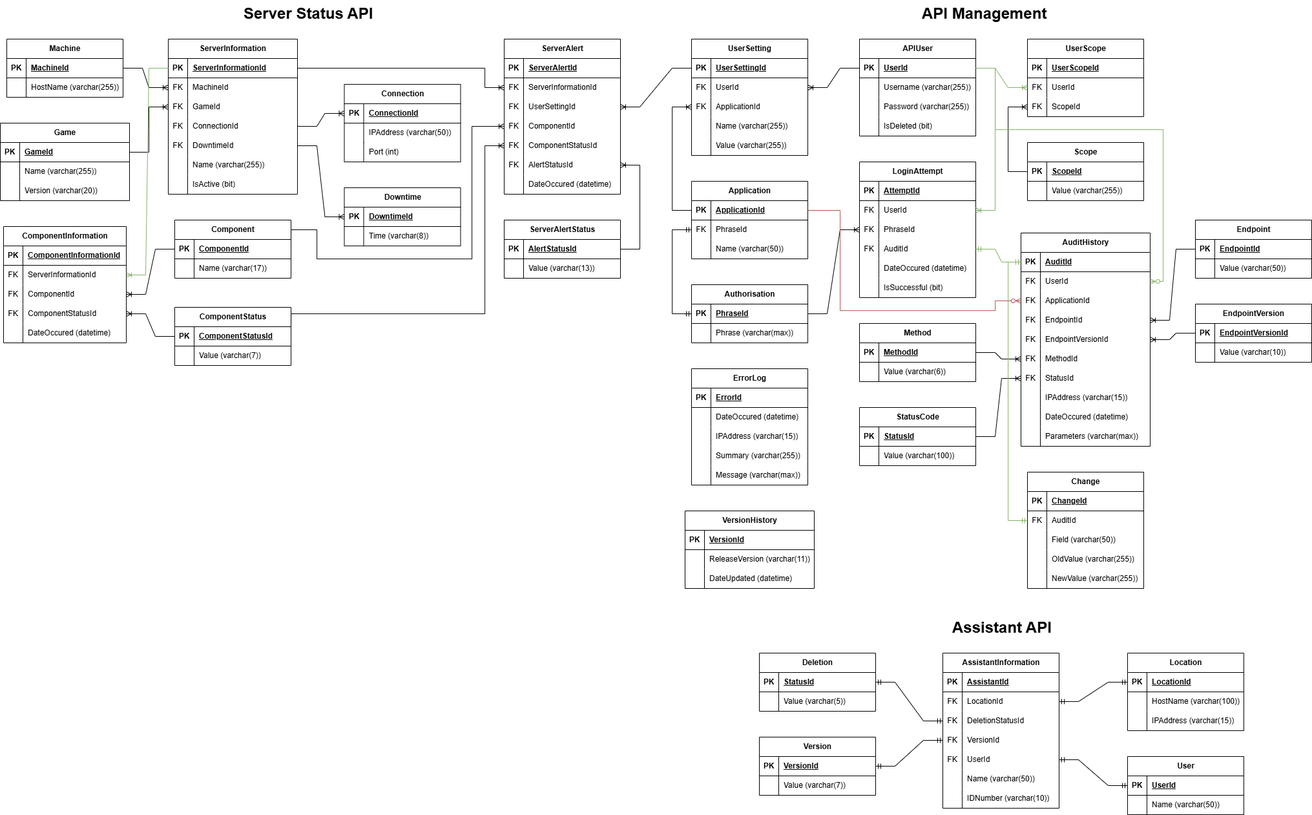
Above: Database ERD.png in LegendarySpork9/Hunter-Industries-API (draw.io), before the change. Source tidied: cells renumbered, new cells last; positions are measured from the earlier drawing's top-left corner, leaving out a move shared by most shapes.
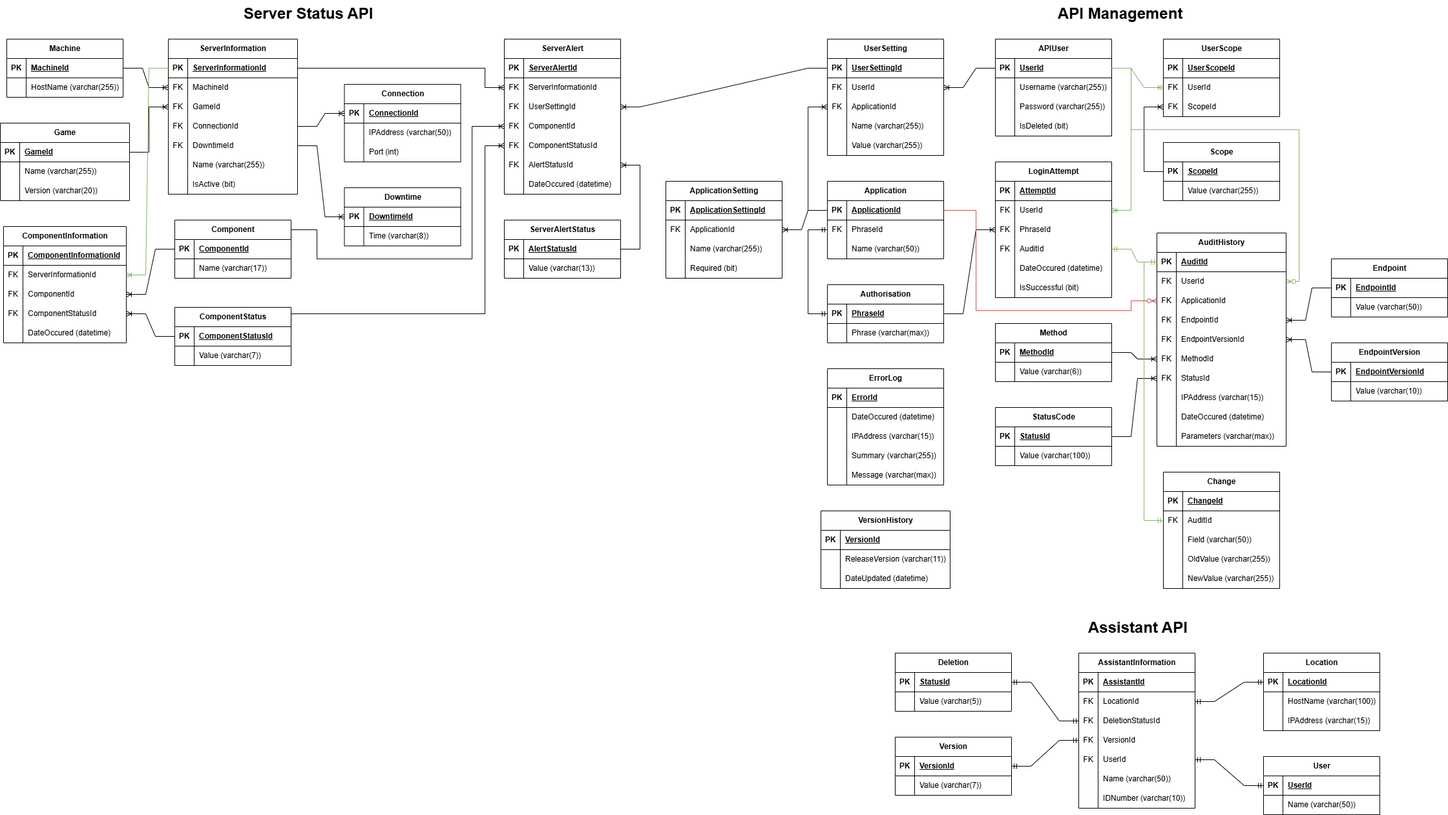
After the commit.

Diff of the diagram source:
```diff
@@ -288,7 +288,7 @@
       <mxGeometry x="30" width="170" height="30" as="geometry" />
     </mxCell>
     <mxCell id="97" value="Endpoint" style="shape=table;startSize=30;rowLines=0;fontStyle=1;align=center;html=1;" parent="1" vertex="1">
-      <mxGeometry x="1850" y="340" width="180" height="90" as="geometry" />
+      <mxGeometry x="1850" y="400" width="180" height="90" as="geometry" />
     </mxCell>
     <mxCell id="98" style="shape=tableRow;horizontal=0;startSize=0;swimlaneHead=0;swimlaneBody=0;fillColor=none;points=[[0,0.5],[1,0.5]];portConstraint=eastwest;top=0;left=0;right=0;bottom=1;" parent="97" vertex="1">
       <mxGeometry y="30" width="180" height="30" as="geometry" />
@@ -722,7 +722,7 @@
       <mxGeometry relative="1" as="geometry" />
     </mxCell>
     <mxCell id="237" value="ServerInformation" style="shape=table;startSize=30;rowLines=0;fontStyle=1;align=center;html=1;" parent="1" vertex="1">
-      <mxGeometry x="260" y="60" width="200" height="240" as="geometry" />
+      <mxGeometry x="50" y="60" width="200" height="240" as="geometry" />
     </mxCell>
     <mxCell id="238" style="shape=tableRow;horizontal=0;startSize=0;swimlaneHead=0;swimlaneBody=0;fillColor=none;points=[[0,0.5],[1,0.5]];portConstraint=eastwest;top=0;left=0;right=0;bottom=1;" parent="237" vertex="1">
       <mxGeometry y="30" width="200" height="30" as="geometry" />
@@ -788,7 +788,7 @@
       <mxGeometry x="30" width="170" height="30" as="geometry" />
     </mxCell>
     <mxCell id="259" value="Machine" style="shape=table;startSize=30;rowLines=0;fontStyle=1;align=center;html=1;" parent="1" vertex="1">
-      <mxGeometry x="10" y="60" width="180" height="90" as="geometry" />
+      <mxGeometry x="-200" y="60" width="180" height="90" as="geometry" />
     </mxCell>
     <mxCell id="260" style="shape=tableRow;horizontal=0;startSize=0;swimlaneHead=0;swimlaneBody=0;fillColor=none;points=[[0,0.5],[1,0.5]];portConstraint=eastwest;top=0;left=0;right=0;bottom=1;" parent="259" vertex="1">
       <mxGeometry y="30" width="180" height="30" as="geometry" />
@@ -809,7 +809,7 @@
       <mxGeometry x="30" width="150" height="30" as="geometry" />
     </mxCell>
     <mxCell id="266" value="Game" style="shape=table;startSize=30;rowLines=0;fontStyle=1;align=center;html=1;" parent="1" vertex="1">
-      <mxGeometry y="190" width="200" height="120" as="geometry" />
+      <mxGeometry x="-210" y="190" width="200" height="120" as="geometry" />
     </mxCell>
     <mxCell id="267" style="shape=tableRow;horizontal=0;startSize=0;swimlaneHead=0;swimlaneBody=0;fillColor=none;points=[[0,0.5],[1,0.5]];portConstraint=eastwest;top=0;left=0;right=0;bottom=1;" parent="266" vertex="1">
       <mxGeometry y="30" width="200" height="30" as="geometry" />
@@ -839,7 +839,7 @@
       <mxGeometry x="30" width="170" height="30" as="geometry" />
     </mxCell>
     <mxCell id="276" value="ComponentInformation" style="shape=table;startSize=30;rowLines=0;fontStyle=1;align=center;html=1;" parent="1" vertex="1">
-      <mxGeometry x="5" y="350" width="190" height="180" as="geometry" />
+      <mxGeometry x="-205" y="350" width="190" height="180" as="geometry" />
     </mxCell>
     <mxCell id="277" style="shape=tableRow;horizontal=0;startSize=0;swimlaneHead=0;swimlaneBody=0;fillColor=none;top=0;left=0;right=0;bottom=1;" parent="276" vertex="1">
       <mxGeometry y="30" width="190" height="30" as="geometry" />
@@ -887,7 +887,7 @@
       <mxGeometry x="30" width="160" height="30" as="geometry" />
     </mxCell>
     <mxCell id="292" value="Component" style="shape=table;startSize=30;rowLines=0;fontStyle=1;align=center;html=1;" parent="1" vertex="1">
-      <mxGeometry x="270" y="340" width="180" height="90" as="geometry" />
+      <mxGeometry x="60" y="340" width="180" height="90" as="geometry" />
     </mxCell>
     <mxCell id="293" style="shape=tableRow;horizontal=0;startSize=0;swimlaneHead=0;swimlaneBody=0;fillColor=none;points=[[0,0.5],[1,0.5]];portConstraint=eastwest;top=0;left=0;right=0;bottom=1;" parent="292" vertex="1">
       <mxGeometry y="30" width="180" height="30" as="geometry" />
@@ -908,7 +908,7 @@
       <mxGeometry x="30" width="150" height="30" as="geometry" />
     </mxCell>
     <mxCell id="299" value="ComponentStatus" style="shape=table;startSize=30;rowLines=0;fontStyle=1;align=center;html=1;" parent="1" vertex="1">
-      <mxGeometry x="270" y="475" width="180" height="90" as="geometry" />
+      <mxGeometry x="60" y="475" width="180" height="90" as="geometry" />
     </mxCell>
     <mxCell id="300" style="shape=tableRow;horizontal=0;startSize=0;swimlaneHead=0;swimlaneBody=0;fillColor=none;points=[[0,0.5],[1,0.5]];portConstraint=eastwest;top=0;left=0;right=0;bottom=1;" parent="299" vertex="1">
       <mxGeometry y="30" width="180" height="30" as="geometry" />
@@ -945,7 +945,7 @@
       </mxGeometry>
     </mxCell>
     <mxCell id="308" value="ServerAlert" style="shape=table;startSize=30;rowLines=0;fontStyle=1;align=center;html=1;" parent="1" vertex="1">
-      <mxGeometry x="780" y="60" width="180" height="240" as="geometry" />
+      <mxGeometry x="570" y="60" width="180" height="240" as="geometry" />
     </mxCell>
     <mxCell id="309" style="shape=tableRow;horizontal=0;startSize=0;swimlaneHead=0;swimlaneBody=0;fillColor=none;top=0;left=0;right=0;bottom=1;" parent="308" vertex="1">
       <mxGeometry y="30" width="180" height="30" as="geometry" />
@@ -1011,7 +1011,7 @@
       <mxGeometry x="30" width="150" height="30" as="geometry" />
     </mxCell>
     <mxCell id="330" value="ServerAlertStatus" style="shape=table;startSize=30;rowLines=0;fontStyle=1;align=center;html=1;" parent="1" vertex="1">
-      <mxGeometry x="780" y="340" width="180" height="90" as="geometry" />
+      <mxGeometry x="570" y="340" width="180" height="90" as="geometry" />
     </mxCell>
     <mxCell id="331" style="shape=tableRow;horizontal=0;startSize=0;swimlaneHead=0;swimlaneBody=0;fillColor=none;points=[[0,0.5],[1,0.5]];portConstraint=eastwest;top=0;left=0;right=0;bottom=1;" parent="330" vertex="1">
       <mxGeometry y="30" width="180" height="30" as="geometry" />
@@ -1052,26 +1052,26 @@
     <mxCell id="343" style="edgeStyle=orthogonalEdgeStyle;fontSize=12;html=1;endArrow=ERoneToMany;rounded=0;entryX=0;entryY=0.5;entryDx=0;entryDy=0;exitX=1;exitY=0.5;exitDx=0;exitDy=0;" parent="1" edge="1" source="293" target="318">
       <mxGeometry relative="1" as="geometry">
         <Array as="points">
-          <mxPoint x="490" y="355" />
-          <mxPoint x="490" y="400" />
-          <mxPoint x="730" y="400" />
-          <mxPoint x="730" y="195" />
+          <mxPoint x="280" y="355" />
+          <mxPoint x="280" y="400" />
+          <mxPoint x="520" y="400" />
+          <mxPoint x="520" y="195" />
         </Array>
       </mxGeometry>
     </mxCell>
     <mxCell id="344" style="edgeStyle=orthogonalEdgeStyle;fontSize=12;html=1;endArrow=ERoneToMany;rounded=0;entryX=0;entryY=0.5;entryDx=0;entryDy=0;exitX=1;exitY=0.5;exitDx=0;exitDy=0;" parent="1" edge="1" source="300" target="321">
       <mxGeometry relative="1" as="geometry">
         <Array as="points">
-          <mxPoint x="750" y="485" />
-          <mxPoint x="750" y="225" />
+          <mxPoint x="540" y="485" />
+          <mxPoint x="540" y="225" />
         </Array>
       </mxGeometry>
     </mxCell>
     <mxCell id="345" style="edgeStyle=orthogonalEdgeStyle;fontSize=12;html=1;endArrow=ERoneToMany;rounded=0;entryX=0;entryY=0.5;entryDx=0;entryDy=0;exitX=1;exitY=0.5;exitDx=0;exitDy=0;" parent="1" edge="1" source="238" target="312">
       <mxGeometry relative="1" as="geometry">
         <Array as="points">
-          <mxPoint x="750" y="105" />
-          <mxPoint x="750" y="135" />
+          <mxPoint x="540" y="105" />
+          <mxPoint x="540" y="135" />
         </Array>
       </mxGeometry>
     </mxCell>
@@ -1079,10 +1079,10 @@
       <mxGeometry relative="1" as="geometry" />
     </mxCell>
     <mxCell id="347" value="&lt;h1 style=&quot;margin-top: 0px;&quot;&gt;Server Status API&lt;/h1&gt;" style="text;html=1;whiteSpace=wrap;overflow=hidden;rounded=0;" parent="1" vertex="1">
-      <mxGeometry x="375" width="210" height="40" as="geometry" />
+      <mxGeometry x="165" width="210" height="40" as="geometry" />
     </mxCell>
     <mxCell id="348" value="Connection" style="shape=table;startSize=30;rowLines=0;fontStyle=1;align=center;html=1;" parent="1" vertex="1">
-      <mxGeometry x="532.5" y="130" width="180" height="120" as="geometry" />
+      <mxGeometry x="322.5" y="130" width="180" height="120" as="geometry" />
     </mxCell>
     <mxCell id="349" style="shape=tableRow;horizontal=0;startSize=0;swimlaneHead=0;swimlaneBody=0;fillColor=none;points=[[0,0.5],[1,0.5]];portConstraint=eastwest;top=0;left=0;right=0;bottom=1;" parent="348" vertex="1">
       <mxGeometry y="30" width="180" height="30" as="geometry" />
@@ -1115,7 +1115,7 @@
       <mxGeometry relative="1" as="geometry" />
     </mxCell>
     <mxCell id="359" value="Downtime" style="shape=table;startSize=30;rowLines=0;fontStyle=1;align=center;html=1;" parent="1" vertex="1">
-      <mxGeometry x="532.5" y="290" width="180" height="90" as="geometry" />
+      <mxGeometry x="322.5" y="290" width="180" height="90" as="geometry" />
     </mxCell>
     <mxCell id="360" style="shape=tableRow;horizontal=0;startSize=0;swimlaneHead=0;swimlaneBody=0;fillColor=none;points=[[0,0.5],[1,0.5]];portConstraint=eastwest;top=0;left=0;right=0;bottom=1;" parent="359" vertex="1">
       <mxGeometry y="30" width="180" height="30" as="geometry" />
@@ -1169,7 +1169,7 @@
       <mxGeometry x="30" width="170" height="30" as="geometry" />
     </mxCell>
     <mxCell id="377" value="EndpointVersion" style="shape=table;startSize=30;rowLines=0;fontStyle=1;align=center;html=1;" parent="1" vertex="1">
-      <mxGeometry x="1850" y="470" width="180" height="90" as="geometry" />
+      <mxGeometry x="1850" y="530" width="180" height="90" as="geometry" />
     </mxCell>
     <mxCell id="378" style="shape=tableRow;horizontal=0;startSize=0;swimlaneHead=0;swimlaneBody=0;fillColor=none;points=[[0,0.5],[1,0.5]];portConstraint=eastwest;top=0;left=0;right=0;bottom=1;" parent="377" vertex="1">
       <mxGeometry y="30" width="180" height="30" as="geometry" />
@@ -1212,5 +1212,47 @@
         </Array>
       </mxGeometry>
     </mxCell>
+    <mxCell id="387" value="ApplicationSetting" style="shape=table;startSize=30;rowLines=0;fontStyle=1;align=center;html=1;" parent="1" vertex="1">
+      <mxGeometry x="820" y="280" width="180" height="150" as="geometry" />
+    </mxCell>
+    <mxCell id="388" style="shape=tableRow;horizontal=0;startSize=0;swimlaneHead=0;swimlaneBody=0;fillColor=none;top=0;left=0;right=0;bottom=1;" parent="387" vertex="1">
+      <mxGeometry y="30" width="180" height="30" as="geometry" />
+    </mxCell>
+    <mxCell id="389" value="PK" style="shape=partialRectangle;fillColor=none;top=0;left=0;bottom=0;right=0;fontStyle=1;overflow=hidden;whiteSpace=wrap;html=1;" parent="388" vertex="1">
+      <mxGeometry width="30" height="30" as="geometry" />
+    </mxCell>
+    <mxCell id="390" value="ApplicationSettingId" style="shape=partialRectangle;fillColor=none;top=0;left=0;bottom=0;right=0;align=left;spacingLeft=6;fontStyle=5;overflow=hidden;whiteSpace=wrap;html=1;" parent="388" vertex="1">
+      <mxGeometry x="30" width="150" height="30" as="geometry" />
+    </mxCell>
+    <mxCell id="391" style="shape=tableRow;horizontal=0;startSize=0;swimlaneHead=0;swimlaneBody=0;fillColor=none;points=[[0,0.5],[1,0.5]];portConstraint=eastwest;top=0;left=0;right=0;bottom=0;" parent="387" vertex="1">
+      <mxGeometry y="60" width="180" height="30" as="geometry" />
+    </mxCell>
+    <mxCell id="392" value="FK" style="shape=partialRectangle;fillColor=none;top=0;left=0;bottom=0;right=0;overflow=hidden;whiteSpace=wrap;html=1;" parent="391" vertex="1">
+      <mxGeometry width="30" height="30" as="geometry" />
+    </mxCell>
+    <mxCell id="393" value="ApplicationId" style="shape=partialRectangle;fillColor=none;top=0;left=0;bottom=0;right=0;align=left;spacingLeft=6;overflow=hidden;whiteSpace=wrap;html=1;" parent="391" vertex="1">
+      <mxGeometry x="30" width="150" height="30" as="geometry" />
+    </mxCell>
+    <mxCell id="394" style="shape=tableRow;horizontal=0;startSize=0;swimlaneHead=0;swimlaneBody=0;fillColor=none;top=0;left=0;right=0;bottom=0;" parent="387" vertex="1">
+      <mxGeometry y="90" width="180" height="30" as="geometry" />
+    </mxCell>
+    <mxCell id="395" style="shape=partialRectangle;fillColor=none;top=0;left=0;bottom=0;right=0;overflow=hidden;whiteSpace=wrap;html=1;" parent="394" vertex="1">
+      <mxGeometry width="30" height="30" as="geometry" />
+    </mxCell>
+    <mxCell id="396" value="Name (varchar(255))" style="shape=partialRectangle;fillColor=none;top=0;left=0;bottom=0;right=0;align=left;spacingLeft=6;overflow=hidden;whiteSpace=wrap;html=1;" parent="394" vertex="1">
+      <mxGeometry x="30" width="150" height="30" as="geometry" />
+    </mxCell>
+    <mxCell id="397" style="shape=tableRow;horizontal=0;startSize=0;swimlaneHead=0;swimlaneBody=0;fillColor=none;top=0;left=0;right=0;bottom=0;" parent="387" vertex="1">
+      <mxGeometry y="120" width="180" height="30" as="geometry" />
+    </mxCell>
+    <mxCell id="398" style="shape=partialRectangle;fillColor=none;top=0;left=0;bottom=0;right=0;overflow=hidden;whiteSpace=wrap;html=1;" parent="397" vertex="1">
+      <mxGeometry width="30" height="30" as="geometry" />
+    </mxCell>
+    <mxCell id="399" value="Required (bit)" style="shape=partialRectangle;fillColor=none;top=0;left=0;bottom=0;right=0;align=left;spacingLeft=6;overflow=hidden;whiteSpace=wrap;html=1;" parent="397" vertex="1">
+      <mxGeometry x="30" width="150" height="30" as="geometry" />
+    </mxCell>
+    <mxCell id="400" style="edgeStyle=entityRelationEdgeStyle;fontSize=12;html=1;endArrow=ERoneToMany;rounded=0;entryX=1;entryY=0.5;entryDx=0;entryDy=0;exitX=0;exitY=0.5;exitDx=0;exitDy=0;" parent="1" edge="1" source="141" target="391">
+      <mxGeometry relative="1" as="geometry" />
+    </mxCell>
   </root>
 </mxGraphModel>
```
